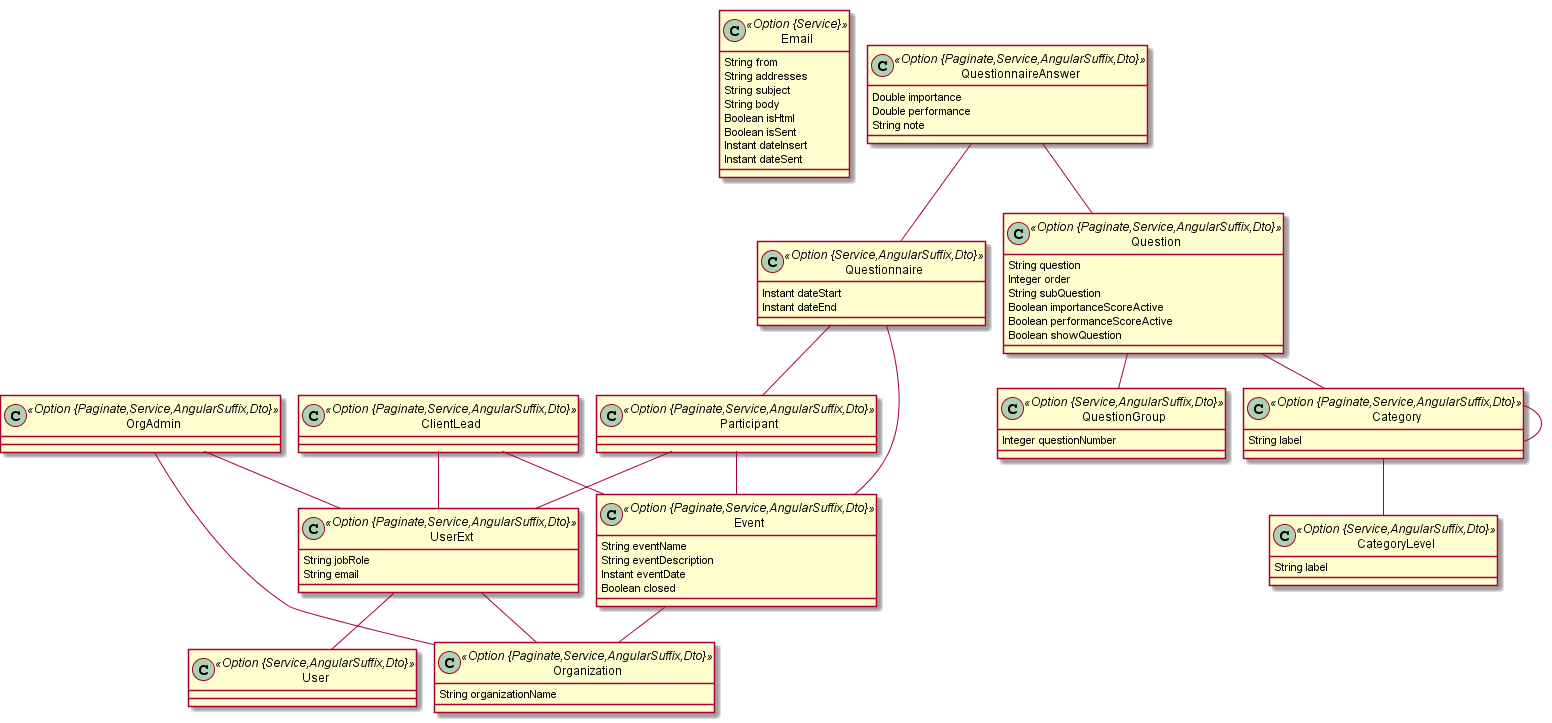
Earlier version of the PlantUML export model.png (apegaso/pulse-check-app).
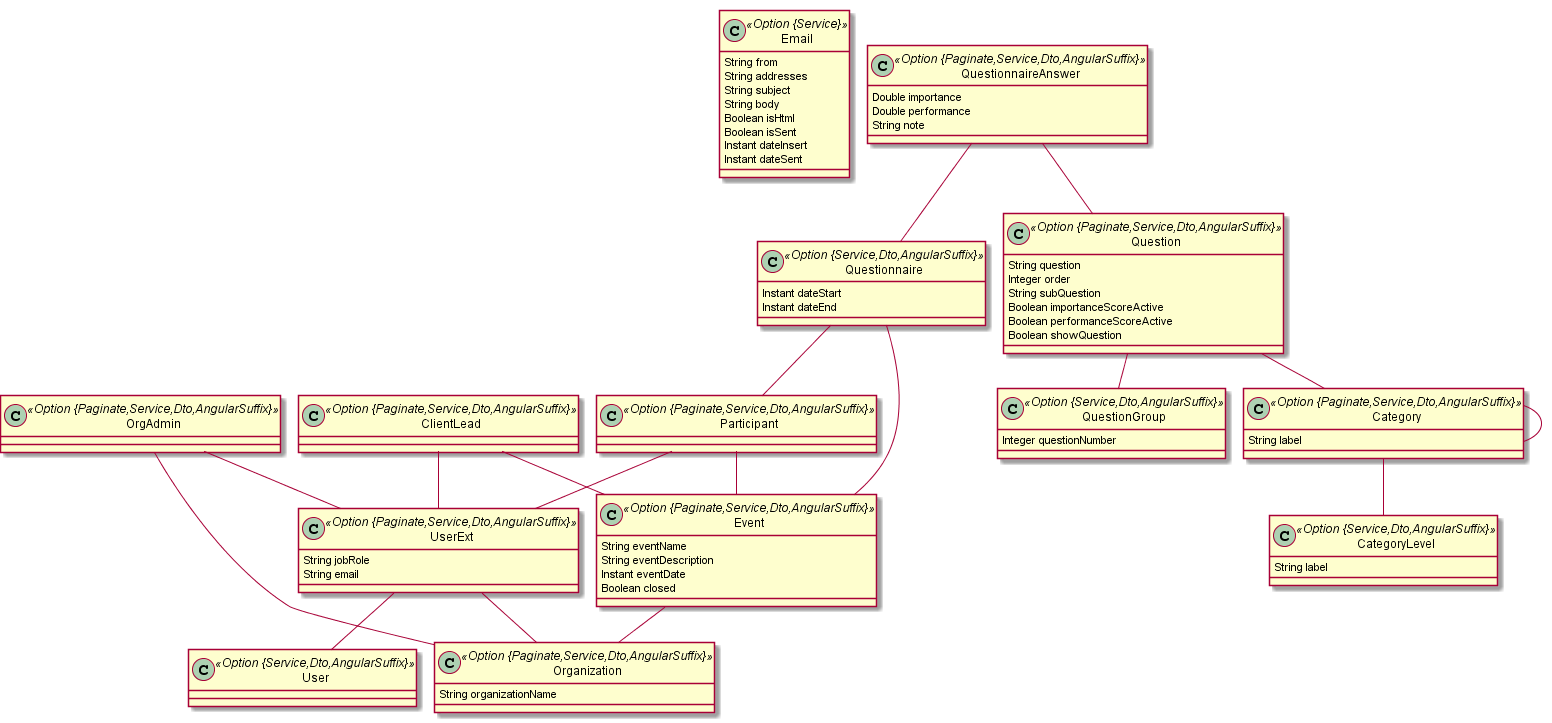
Above is the later version.

The edit, as a diff of the source:
```diff
@@ -11,25 +11,25 @@
 		Instant dateInsert
 		Instant dateSent
 	}
-	class Organization <<Option {Paginate,Service,AngularSuffix,Dto}>> {
+	class Organization <<Option {Paginate,Service,Dto,AngularSuffix}>> {
 		String organizationName
 	}
-	class Event <<Option {Paginate,Service,AngularSuffix,Dto}>> {
+	class Event <<Option {Paginate,Service,Dto,AngularSuffix}>> {
 		String eventName
 		String eventDescription
 		Instant eventDate
 		Boolean closed
 	}
-	class ClientLead <<Option {Paginate,Service,AngularSuffix,Dto}>> {
+	class ClientLead <<Option {Paginate,Service,Dto,AngularSuffix}>> {
 	}
-	class OrgAdmin <<Option {Paginate,Service,AngularSuffix,Dto}>> {
+	class OrgAdmin <<Option {Paginate,Service,Dto,AngularSuffix}>> {
 	}
-	class Participant <<Option {Paginate,Service,AngularSuffix,Dto}>> {
+	class Participant <<Option {Paginate,Service,Dto,AngularSuffix}>> {
 	}
-	class QuestionGroup <<Option {Service,AngularSuffix,Dto}>> {
+	class QuestionGroup <<Option {Service,Dto,AngularSuffix}>> {
 		Integer questionNumber
 	}
-	class Question <<Option {Paginate,Service,AngularSuffix,Dto}>> {
+	class Question <<Option {Paginate,Service,Dto,AngularSuffix}>> {
 		String question
 		Integer order
 		String subQuestion
@@ -37,22 +37,22 @@
 		Boolean performanceScoreActive
 		Boolean showQuestion
 	}
-	class Category <<Option {Paginate,Service,AngularSuffix,Dto}>> {
+	class Category <<Option {Paginate,Service,Dto,AngularSuffix}>> {
 		String label
 	}
-	class CategoryLevel <<Option {Service,AngularSuffix,Dto}>> {
+	class CategoryLevel <<Option {Service,Dto,AngularSuffix}>> {
 		String label
 	}
-	class Questionnaire <<Option {Service,AngularSuffix,Dto}>> {
+	class Questionnaire <<Option {Service,Dto,AngularSuffix}>> {
 		Instant dateStart
 		Instant dateEnd
 	}
-	class QuestionnaireAnswer <<Option {Paginate,Service,AngularSuffix,Dto}>> {
+	class QuestionnaireAnswer <<Option {Paginate,Service,Dto,AngularSuffix}>> {
 		Double importance
 		Double performance
 		String note
 	}
-	class UserExt <<Option {Paginate,Service,AngularSuffix,Dto}>> {
+	class UserExt <<Option {Paginate,Service,Dto,AngularSuffix}>> {
 		String jobRole
 		String email
 	}
@@ -73,6 +73,6 @@
 	ClientLead  "events 0..* " o--o "leads 0..* "  Event
 	OrgAdmin  "organizations 0..* " o--o "admins 0..* "  Organization
 	Question  "category(label) 0..* " o--o "questions 0..* "  Category
-	class User <<Option {Service,AngularSuffix,Dto}>> {
+	class User <<Option {Service,Dto,AngularSuffix}>> {
 	}
 @enduml
```
